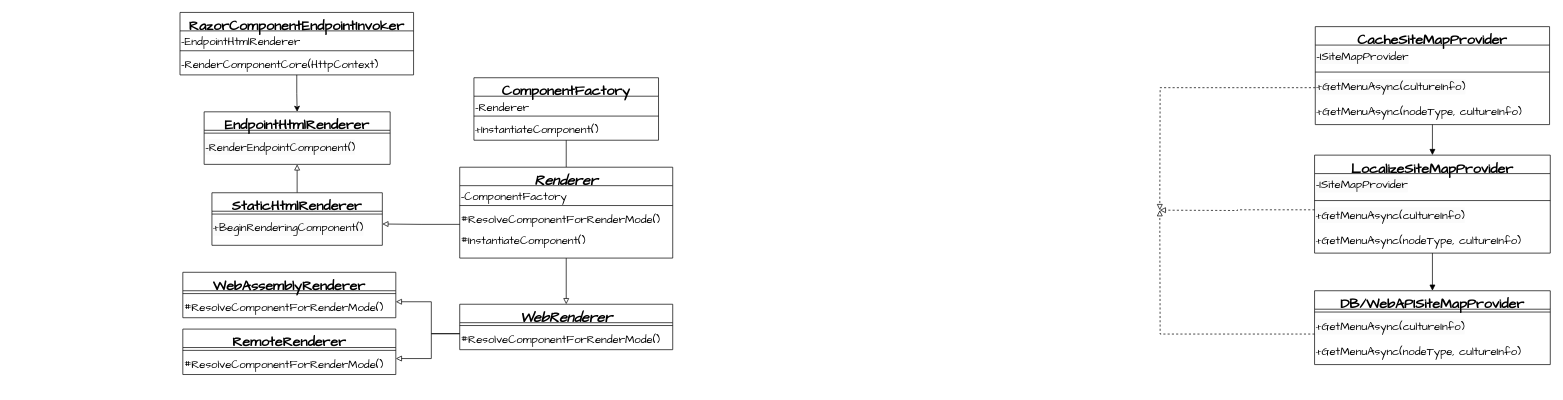
This is page "Page-1" (1 of 3) of Blazor.drawio from xccu/NetCore-Demo, a draw.io file, before an edit. Source tidied: cells renumbered, new cells numbered last; positions are measured from the earlier drawing's top-left corner, leaving out a move shared by most shapes. Both pictures are drawn from the tidied source at 71%, with x=0, y=0 at pixel (180, 12).
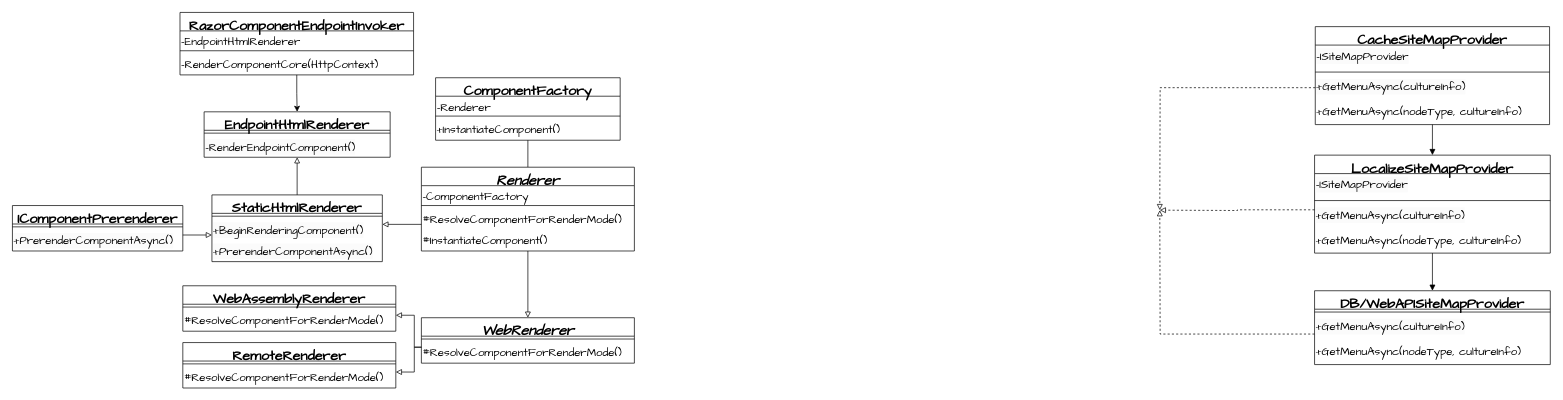
The same page after the edit.

Unchanged cells that the change refers to:
```xml
<mxCell id="28" value="#ResolveComponentForRenderMode()" style="text;whiteSpace=wrap;fontSize=16;fontFamily=Architects Daughter;" parent="26" vertex="1">
  <mxGeometry y="34" width="300" height="30" as="geometry" />
</mxCell>
<mxCell id="31" value="#ResolveComponentForRenderMode()" style="text;whiteSpace=wrap;fontSize=16;fontFamily=Architects Daughter;" parent="29" vertex="1">
  <mxGeometry y="34" width="300" height="30" as="geometry" />
</mxCell>
<mxCell id="47" value="#ResolveComponentForRenderMode()" style="text;whiteSpace=wrap;fontSize=16;fontFamily=Architects Daughter;" parent="45" vertex="1">
  <mxGeometry y="34" width="300" height="30" as="geometry" />
</mxCell>
```

Diff of the diagram source:
```diff
@@
     <mxCell id="26" value="WebAssemblyRenderer" style="swimlane;fontStyle=1;align=center;verticalAlign=top;horizontal=1;startSize=26;whiteSpace=wrap;html=1;hachureGap=4;fontFamily=Architects Daughter;fontSize=20;swimlaneLine=1;" parent="1" vertex="1">
-      <mxGeometry x="4" y="366" width="300" height="64" as="geometry" />
+      <mxGeometry x="4" y="385" width="300" height="64" as="geometry" />
     </mxCell>
@@
     <mxCell id="29" value="RemoteRenderer" style="swimlane;fontStyle=1;align=center;verticalAlign=top;horizontal=1;startSize=26;whiteSpace=wrap;html=1;hachureGap=4;fontFamily=Architects Daughter;fontSize=20;swimlaneLine=1;" parent="1" vertex="1">
-      <mxGeometry x="4" y="446" width="300" height="64" as="geometry" />
+      <mxGeometry x="4" y="465" width="300" height="64" as="geometry" />
     </mxCell>
@@
     <mxCell id="33" value="StaticHtmlRenderer" style="swimlane;fontStyle=1;align=center;verticalAlign=top;horizontal=1;startSize=26;whiteSpace=wrap;html=1;hachureGap=4;fontFamily=Architects Daughter;fontSize=20;swimlaneLine=1;" parent="1" vertex="1">
-      <mxGeometry x="45" y="254" width="240" height="74" as="geometry" />
+      <mxGeometry x="45" y="257" width="240" height="94" as="geometry" />
     </mxCell>
@@
     <mxCell id="35" value="&lt;span style=&quot;color: rgb(0, 0, 0); font-family: &amp;quot;Architects Daughter&amp;quot;; font-size: 16px; font-style: normal; font-variant-ligatures: normal; font-variant-caps: normal; font-weight: 400; letter-spacing: normal; orphans: 2; text-align: left; text-indent: 0px; text-transform: none; widows: 2; word-spacing: 0px; -webkit-text-stroke-width: 0px; background-color: rgb(251, 251, 251); text-decoration-thickness: initial; text-decoration-style: initial; text-decoration-color: initial; float: none; display: inline !important;&quot;&gt;+BeginRenderingComponent()&lt;/span&gt;" style="text;whiteSpace=wrap;html=1;" parent="33" vertex="1">
-      <mxGeometry y="34" width="240" height="40" as="geometry" />
+      <mxGeometry y="34" width="240" height="30" as="geometry" />
     </mxCell>
+    <mxCell id="56" value="&lt;span style=&quot;color: rgb(0, 0, 0); font-family: &amp;quot;Architects Daughter&amp;quot;; font-size: 16px; font-style: normal; font-variant-ligatures: normal; font-variant-caps: normal; font-weight: 400; letter-spacing: normal; orphans: 2; text-align: left; text-indent: 0px; text-transform: none; widows: 2; word-spacing: 0px; -webkit-text-stroke-width: 0px; background-color: rgb(251, 251, 251); text-decoration-thickness: initial; text-decoration-style: initial; text-decoration-color: initial; float: none; display: inline !important;&quot;&gt;+PrerenderComponentAsync()&lt;/span&gt;" style="text;whiteSpace=wrap;html=1;" parent="33" vertex="1">
+      <mxGeometry y="64" width="240" height="30" as="geometry" />
+    </mxCell>
     <mxCell id="36" value="EndpointHtmlRenderer" style="swimlane;fontStyle=1;align=center;verticalAlign=top;horizontal=1;startSize=26;whiteSpace=wrap;html=1;hachureGap=4;fontFamily=Architects Daughter;fontSize=20;swimlaneLine=1;" parent="1" vertex="1">
-      <mxGeometry x="34" y="140" width="262" height="74" as="geometry" />
+      <mxGeometry x="34" y="140" width="262" height="64" as="geometry" />
     </mxCell>
@@
     <mxCell id="38" value="&lt;span style=&quot;color: rgb(0, 0, 0); font-family: &amp;quot;Architects Daughter&amp;quot;; font-size: 16px; font-style: normal; font-variant-ligatures: normal; font-variant-caps: normal; font-weight: 400; letter-spacing: normal; orphans: 2; text-align: left; text-indent: 0px; text-transform: none; widows: 2; word-spacing: 0px; -webkit-text-stroke-width: 0px; background-color: rgb(251, 251, 251); text-decoration-thickness: initial; text-decoration-style: initial; text-decoration-color: initial; float: none; display: inline !important;&quot;&gt;-RenderEndpointComponent()&lt;/span&gt;" style="text;whiteSpace=wrap;html=1;" parent="36" vertex="1">
-      <mxGeometry y="34" width="262" height="40" as="geometry" />
+      <mxGeometry y="34" width="262" height="30" as="geometry" />
     </mxCell>
@@
     <mxCell id="40" value="&lt;i style=&quot;border-color: var(--border-color);&quot;&gt;Renderer&lt;/i&gt;" style="swimlane;fontStyle=1;align=center;verticalAlign=top;horizontal=1;startSize=26;whiteSpace=wrap;html=1;hachureGap=4;fontFamily=Architects Daughter;fontSize=20;swimlaneLine=1;" parent="1" vertex="1">
-      <mxGeometry x="394" y="218" width="300" height="128" as="geometry" />
+      <mxGeometry x="340" y="218" width="300" height="118" as="geometry" />
     </mxCell>
@@
     <mxCell id="44" value="#InstantiateComponent()" style="text;whiteSpace=wrap;fontSize=16;fontFamily=Architects Daughter;fontStyle=0;" parent="40" vertex="1">
-      <mxGeometry y="88" width="300" height="40" as="geometry" />
+      <mxGeometry y="88" width="300" height="30" as="geometry" />
     </mxCell>
     <mxCell id="45" value="&lt;i style=&quot;border-color: var(--border-color);&quot;&gt;WebRenderer&lt;/i&gt;" style="swimlane;fontStyle=1;align=center;verticalAlign=top;horizontal=1;startSize=26;whiteSpace=wrap;html=1;hachureGap=4;fontFamily=Architects Daughter;fontSize=20;swimlaneLine=1;" parent="1" vertex="1">
-      <mxGeometry x="394" y="411" width="300" height="64" as="geometry" />
+      <mxGeometry x="340" y="430" width="300" height="64" as="geometry" />
     </mxCell>
@@
     <mxCell id="48" style="edgeStyle=orthogonalEdgeStyle;rounded=0;jettySize=auto;html=1;exitX=0;exitY=0.25;exitDx=0;exitDy=0;entryX=1;entryY=0.25;entryDx=0;entryDy=0;endArrow=block;endFill=0;" parent="1" edge="1" source="47" target="31">
       <mxGeometry relative="1" as="geometry">
         <Array as="points">
-          <mxPoint x="354" y="453" />
-          <mxPoint x="354" y="487" />
+          <mxPoint x="330" y="472" />
+          <mxPoint x="330" y="507" />
         </Array>
       </mxGeometry>
     </mxCell>
     <mxCell id="49" style="edgeStyle=orthogonalEdgeStyle;rounded=0;jettySize=auto;html=1;exitX=0;exitY=0.25;exitDx=0;exitDy=0;entryX=1;entryY=0.25;entryDx=0;entryDy=0;endArrow=block;endFill=0;" parent="1" edge="1" source="47" target="28">
       <mxGeometry relative="1" as="geometry">
         <Array as="points">
-          <mxPoint x="354" y="453" />
-          <mxPoint x="354" y="407" />
+          <mxPoint x="330" y="472" />
+          <mxPoint x="330" y="427" />
         </Array>
       </mxGeometry>
     </mxCell>
@@
     <mxCell id="51" value="ComponentFactory" style="swimlane;fontStyle=1;align=center;verticalAlign=top;horizontal=1;startSize=26;whiteSpace=wrap;html=1;hachureGap=4;fontFamily=Architects Daughter;fontSize=20;swimlaneLine=1;" parent="1" vertex="1">
-      <mxGeometry x="414" y="92" width="260" height="88" as="geometry" />
+      <mxGeometry x="360" y="92" width="260" height="88" as="geometry" />
     </mxCell>
@@
+    <mxCell id="57" value="IComponentPrerenderer" style="swimlane;fontStyle=1;align=center;verticalAlign=top;horizontal=1;startSize=26;whiteSpace=wrap;html=1;hachureGap=4;fontFamily=Architects Daughter;fontSize=20;swimlaneLine=1;" parent="1" vertex="1">
+      <mxGeometry x="-236" y="272" width="240" height="64" as="geometry" />
+    </mxCell>
+    <mxCell id="58" style="line;strokeWidth=1;fillColor=none;align=left;verticalAlign=middle;spacingTop=-1;spacingLeft=3;spacingRight=3;labelPosition=right;strokeColor=inherit;hachureGap=4;fontFamily=Architects Daughter;fontSize=20;swimlaneLine=1;" parent="57" vertex="1">
+      <mxGeometry y="26" width="240" height="8" as="geometry" />
+    </mxCell>
+    <mxCell id="59" value="&lt;span style=&quot;color: rgb(0, 0, 0); font-family: &amp;quot;Architects Daughter&amp;quot;; font-size: 16px; font-style: normal; font-variant-ligatures: normal; font-variant-caps: normal; font-weight: 400; letter-spacing: normal; orphans: 2; text-align: left; text-indent: 0px; text-transform: none; widows: 2; word-spacing: 0px; -webkit-text-stroke-width: 0px; background-color: rgb(251, 251, 251); text-decoration-thickness: initial; text-decoration-style: initial; text-decoration-color: initial; float: none; display: inline !important;&quot;&gt;+PrerenderComponentAsync()&lt;/span&gt;" style="text;whiteSpace=wrap;html=1;" parent="57" vertex="1">
+      <mxGeometry y="34" width="240" height="30" as="geometry" />
+    </mxCell>
+    <mxCell id="60" style="edgeStyle=orthogonalEdgeStyle;rounded=0;jettySize=auto;html=1;exitX=1;exitY=0.25;exitDx=0;exitDy=0;entryX=0;entryY=0.75;entryDx=0;entryDy=0;endArrow=block;endFill=0;" parent="1" edge="1" source="59" target="35">
+      <mxGeometry relative="1" as="geometry" />
+    </mxCell>
```
